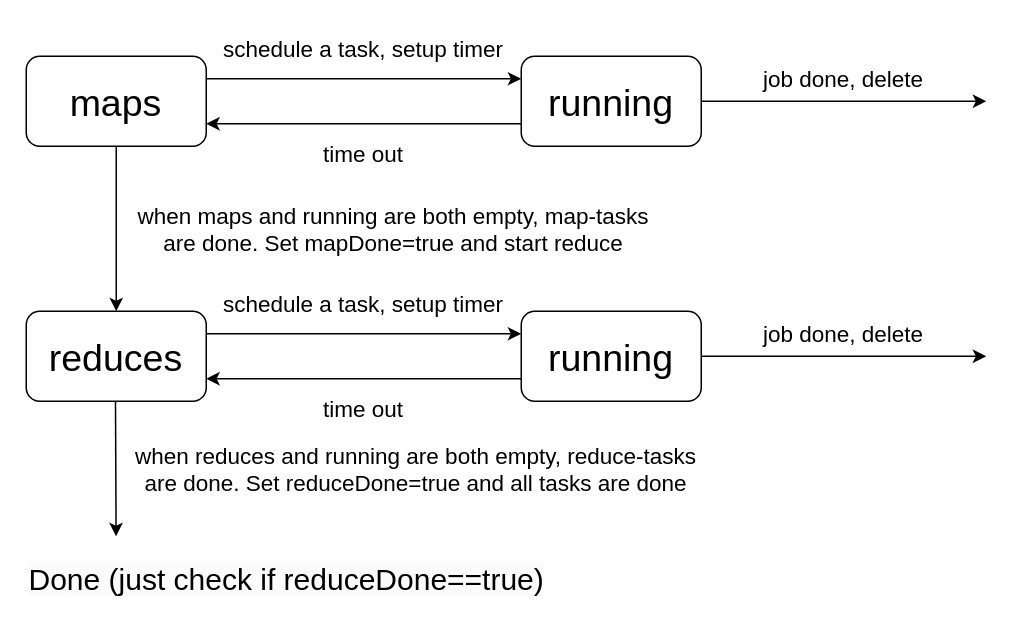
This is page "Page-2" (2 of 2) of posts/mit6.824/lab1.drawio from corporal9736/blog, a draw.io file, before an edit. Source tidied: cells renumbered, new cells numbered last; positions are measured from the earlier drawing's top-left corner, leaving out a move shared by most shapes. Both pictures are drawn from the tidied source at 150%, with x=0, y=0 at pixel (26, 26).
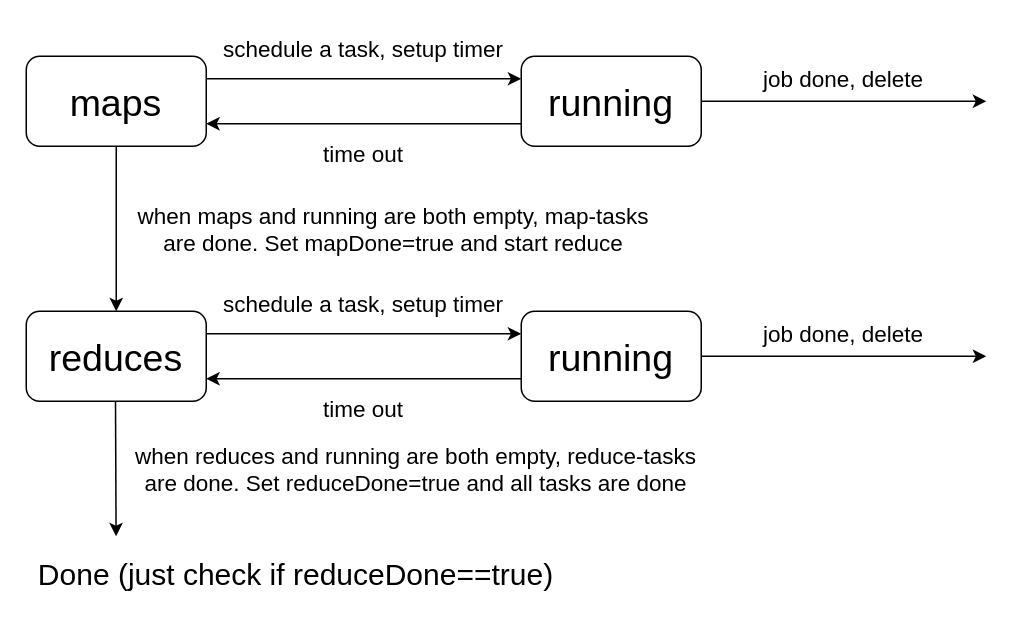
Above is the later version.

Change to the diagram source:
```diff
@@
-    <mxCell id="22" value="&lt;font style=&quot;font-size: 20px;&quot;&gt;&lt;font style=&quot;forced-color-adjust: none; color: rgb(0, 0, 0); font-family: Helvetica; font-style: normal; font-variant-ligatures: normal; font-variant-caps: normal; font-weight: 400; letter-spacing: normal; orphans: 2; text-align: center; text-indent: 0px; text-transform: none; widows: 2; word-spacing: 0px; -webkit-text-stroke-width: 0px; white-space: normal; background-color: rgb(251, 251, 251); text-decoration-thickness: initial; text-decoration-style: initial; text-decoration-color: initial; font-size: 20px;&quot;&gt;Do&lt;/font&gt;&lt;font style=&quot;forced-color-adjust: none; color: rgb(0, 0, 0); font-family: Helvetica; font-style: normal; font-variant-ligatures: normal; font-variant-caps: normal; font-weight: 400; letter-spacing: normal; orphans: 2; text-align: center; text-indent: 0px; text-transform: none; widows: 2; word-spacing: 0px; -webkit-text-stroke-width: 0px; white-space: normal; background-color: rgb(251, 251, 251); text-decoration-thickness: initial; text-decoration-style: initial; text-decoration-color: initial; font-size: 20px;&quot;&gt;ne (just check if reduceDone==true)&lt;/font&gt;&lt;/font&gt;" style="text;whiteSpace=wrap;html=1;" parent="1" vertex="1">
-      <mxGeometry y="350" width="360" height="40" as="geometry" />
-    </mxCell>
+    <mxCell id="23" value="&lt;font style=&quot;font-size: 20px;&quot;&gt;Done (just check if reduceDone==true)&lt;/font&gt;" style="text;html=1;align=center;verticalAlign=middle;whiteSpace=wrap;rounded=0;" parent="1" vertex="1">
+      <mxGeometry y="340" width="360" height="50" as="geometry" />
+    </mxCell>
```
